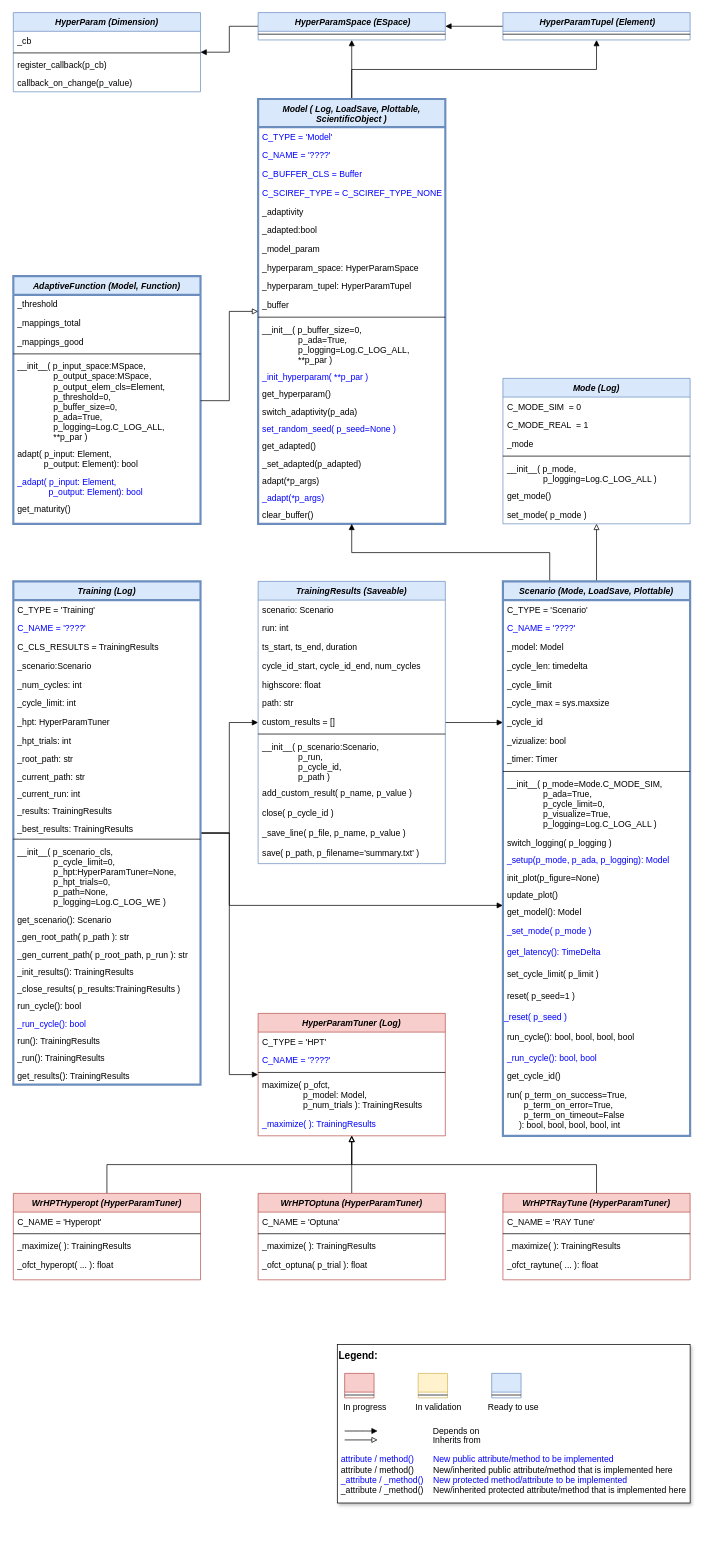
Before: doc/rtd/content/append2/core/images/bf/MLPro-BF-ML_class_diagram.drawio in fhswf/MLPro, a draw.io diagram. Source tidied: cells renumbered, new cells numbered last; positions are measured from the earlier drawing's top-left corner, leaving out a move shared by most shapes. Both pictures are drawn from the tidied source at 72%, with x=0, y=0 at pixel (13, 12).
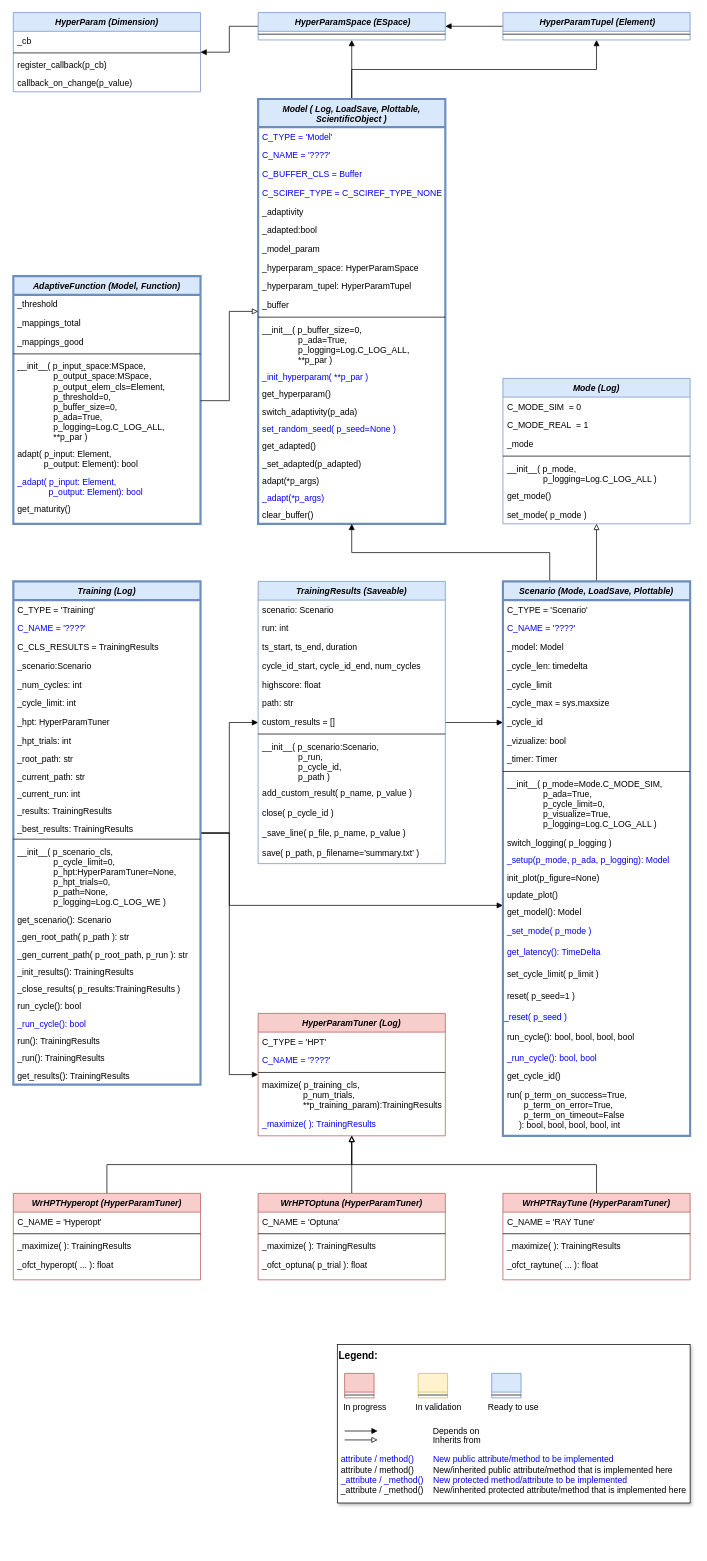
Above is the later version.

The change refers to these unchanged cells:
```xml
<mxCell id="91" value="HyperParamTuner (Log)" style="swimlane;fontStyle=3;align=center;verticalAlign=top;horizontal=1;startSize=26;rounded=0;shadow=0;strokeWidth=1;fillColor=#f8cecc;strokeColor=#b85450;" parent="1" vertex="1">
  <mxGeometry x="340" y="1390" width="260" height="170" as="geometry" />
</mxCell>
```

Change to the diagram source:
```diff
@@
-    <mxCell id="95" value="maximize( p_ofct, &#10;                 p_model: Model, &#10;                 p_num_trials ): TrainingResults" style="text;align=left;verticalAlign=top;spacingLeft=4;spacingRight=4;overflow=hidden;" parent="91" vertex="1">
+    <mxCell id="95" value="maximize( p_training_cls, &#10;                 p_num_trials, &#10;                 **p_training_param):TrainingResults" style="text;align=left;verticalAlign=top;spacingLeft=4;spacingRight=4;overflow=hidden;" parent="91" vertex="1">
       <mxGeometry y="86" width="260" height="54" as="geometry" />
     </mxCell>
```
